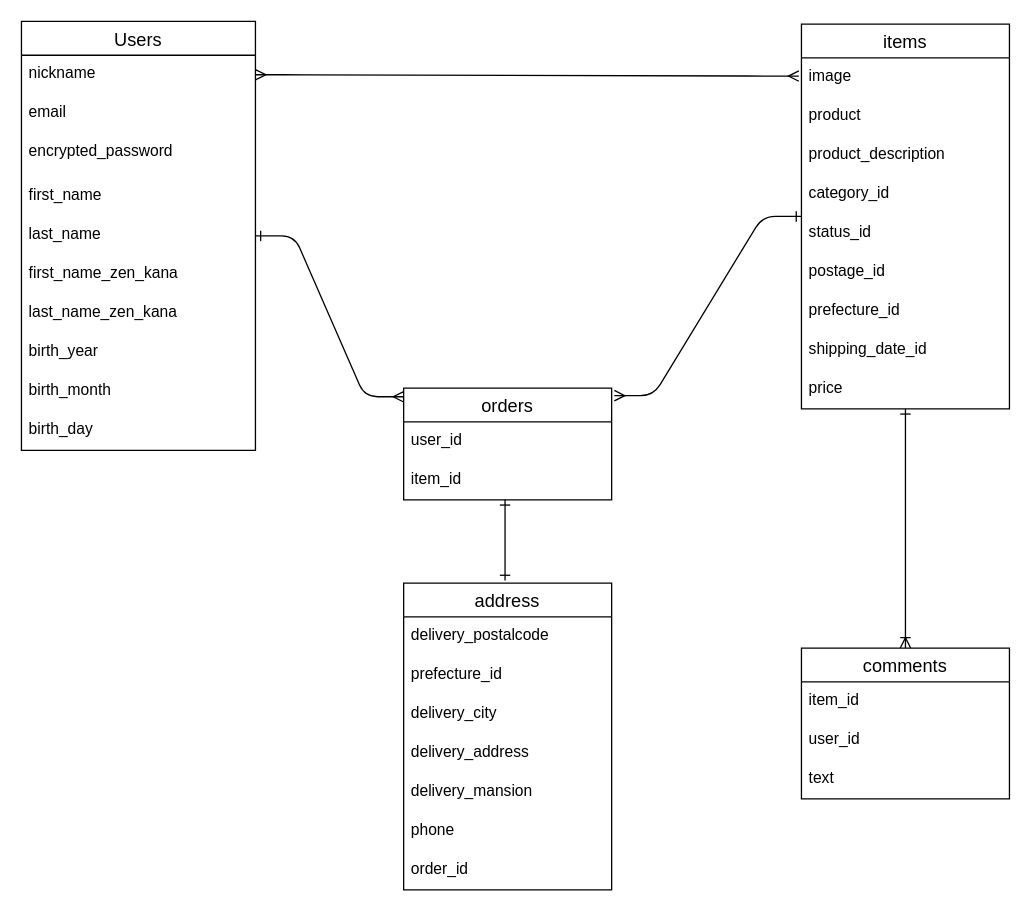
Earlier version of the draw.io diagram furima_ER.dio (testarossa0214/furima-35903). Source tidied: cells renumbered, new cells numbered last; positions are measured from the earlier drawing's top-left corner, leaving out a move shared by most shapes. Both pictures are drawn from the tidied source at 130%, with x=0, y=0 at pixel (21, 21).
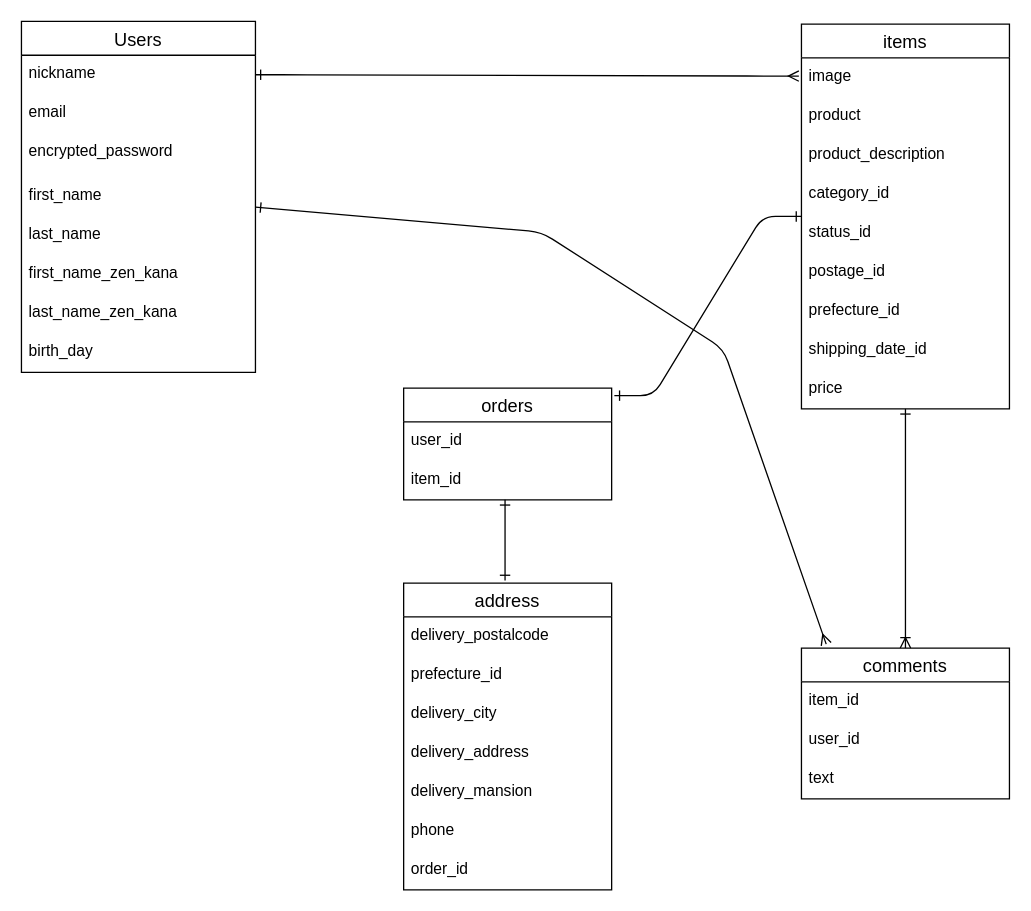
The same diagram, later.

Commit message (it also covers changes not shown here):
ER図、README修正2

Unchanged cells that the change refers to:
```xml
<mxCell id="3" value="nickname" style="text;strokeColor=none;fillColor=none;spacingLeft=4;spacingRight=4;overflow=hidden;points=[[0,0.5],[1,0.5]];portConstraint=eastwest;fontSize=12;" parent="2" vertex="1">
  <mxGeometry y="26" width="180" height="30" as="geometry" />
</mxCell>
<mxCell id="13" value="items" style="swimlane;fontStyle=0;horizontal=1;startSize=26;align=center;fontSize=14;" parent="1" vertex="1">
  <mxGeometry x="600" y="2" width="160" height="296" as="geometry" />
</mxCell>
<mxCell id="23" value="orders" style="swimlane;fontStyle=0;horizontal=1;startSize=26;align=center;fontSize=14;" parent="1" vertex="1">
  <mxGeometry x="294" y="282" width="160" height="86" as="geometry" />
</mxCell>
<mxCell id="27" value="comments" style="swimlane;fontStyle=0;horizontal=1;startSize=26;align=center;fontSize=14;" parent="1" vertex="1">
  <mxGeometry x="600" y="482" width="160" height="116" as="geometry" />
</mxCell>
```

Change to the diagram source:
```diff
@@
     <mxCell id="2" value="Users" style="swimlane;fontStyle=0;horizontal=1;startSize=26;align=center;fontSize=14;" parent="1" vertex="1">
-      <mxGeometry width="180" height="330" as="geometry" />
+      <mxGeometry width="180" height="270" as="geometry" />
     </mxCell>
@@
-    <mxCell id="10" value="birth_year" style="text;strokeColor=none;fillColor=none;spacingLeft=4;spacingRight=4;overflow=hidden;fontSize=12;" parent="2" vertex="1">
-      <mxGeometry y="240" width="180" height="30" as="geometry" />
-    </mxCell>
-    <mxCell id="11" value="birth_month" style="text;strokeColor=none;fillColor=none;spacingLeft=4;spacingRight=4;overflow=hidden;fontSize=12;" parent="2" vertex="1">
-      <mxGeometry y="270" width="180" height="30" as="geometry" />
-    </mxCell>
     <mxCell id="12" value="birth_day" style="text;strokeColor=none;fillColor=none;spacingLeft=4;spacingRight=4;overflow=hidden;fontSize=12;" parent="2" vertex="1">
-      <mxGeometry y="300" width="180" height="30" as="geometry" />
+      <mxGeometry y="240" width="180" height="30" as="geometry" />
     </mxCell>
@@
-    <mxCell id="26" style="edgeStyle=entityRelationEdgeStyle;fontSize=12;html=1;endArrow=ERmany;startArrow=ERmany;strokeColor=#000000;exitX=1;exitY=0.5;exitDx=0;exitDy=0;startFill=0;endFill=0;" parent="1" edge="1" source="3">
+    <mxCell id="26" style="edgeStyle=entityRelationEdgeStyle;fontSize=12;html=1;endArrow=ERmany;startArrow=ERone;strokeColor=#000000;exitX=1;exitY=0.5;exitDx=0;exitDy=0;startFill=0;endFill=0;" parent="1" edge="1" source="3">
       <mxGeometry relative="1" as="geometry">
         <mxPoint x="598" y="42" as="targetPoint" />
       </mxGeometry>
     </mxCell>
@@
-    <mxCell id="32" style="edgeStyle=entityRelationEdgeStyle;fontSize=12;html=1;endArrow=ERone;startArrow=ERmany;strokeColor=#000000;startFill=0;endFill=0;exitX=1.013;exitY=0.068;exitDx=0;exitDy=0;exitPerimeter=0;" parent="1" edge="1" source="23" target="13">
+    <mxCell id="32" style="edgeStyle=entityRelationEdgeStyle;fontSize=12;html=1;endArrow=ERone;startArrow=ERone;strokeColor=#000000;startFill=0;endFill=0;exitX=1.013;exitY=0.068;exitDx=0;exitDy=0;exitPerimeter=0;" parent="1" edge="1" source="23" target="13">
       <mxGeometry relative="1" as="geometry" />
     </mxCell>
-    <mxCell id="33" style="edgeStyle=entityRelationEdgeStyle;fontSize=12;html=1;endArrow=ERmany;startArrow=ERone;strokeColor=#000000;startFill=0;endFill=0;entryX=0;entryY=0.078;entryDx=0;entryDy=0;entryPerimeter=0;" parent="1" edge="1" source="2" target="23">
-      <mxGeometry relative="1" as="geometry" />
+    <mxCell id="33" style="fontSize=12;html=1;endArrow=ERmany;startArrow=ERone;strokeColor=#000000;startFill=0;endFill=0;entryX=0.119;entryY=-0.026;entryDx=0;entryDy=0;entryPerimeter=0;" parent="1" edge="1" source="2" target="27">
+      <mxGeometry relative="1" as="geometry">
+        <Array as="points">
+          <mxPoint x="400" y="162" />
+          <mxPoint x="540" y="252" />
+        </Array>
+      </mxGeometry>
     </mxCell>
```
